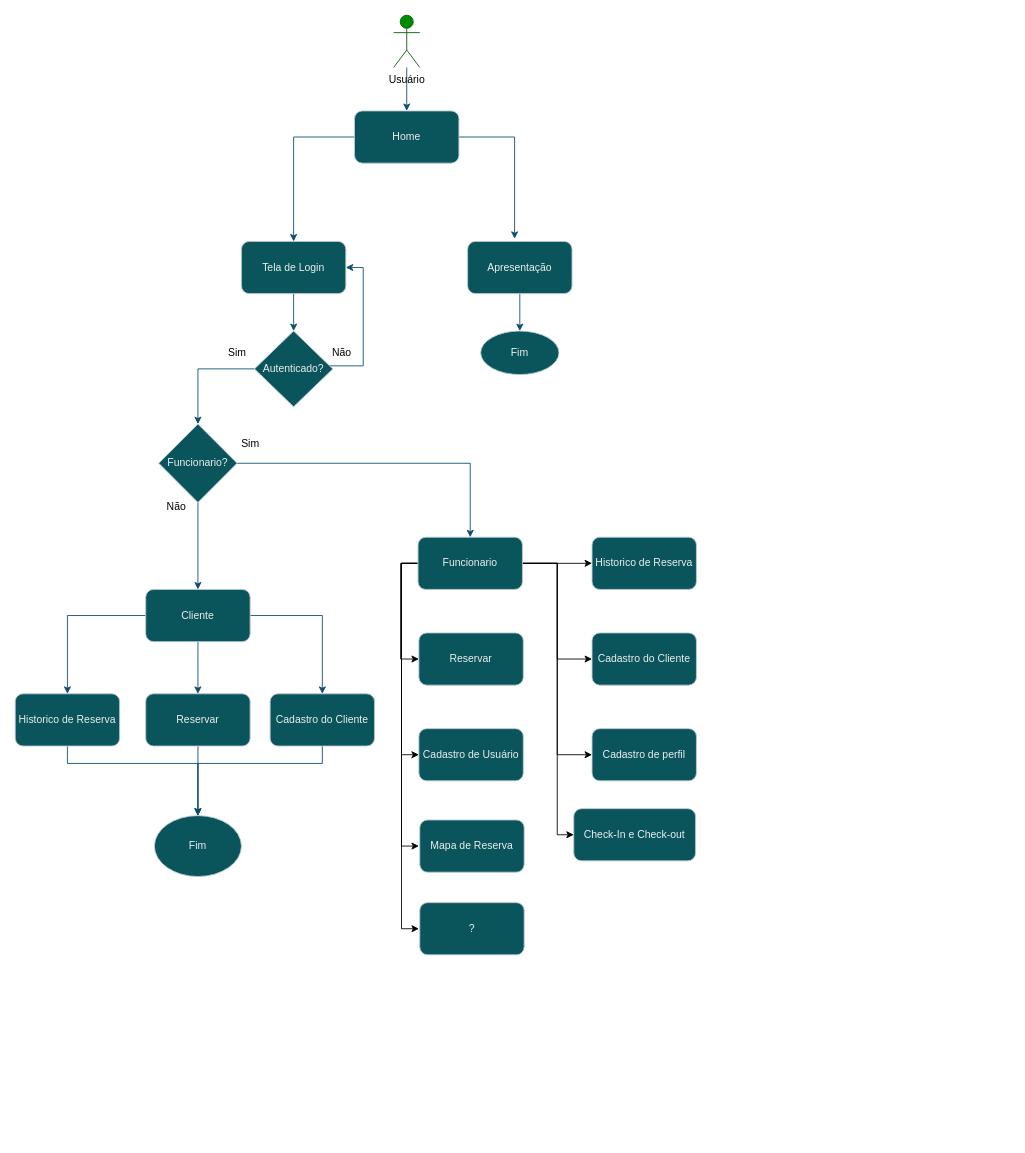
Esc-Sistema-de-Gerenciamento-de-Hoteis/Apresentacoes keeps this draw.io diagram as page "Fluxo do sistema" (1 of 5) of Diagramas.drawio. Above is the earlier version. Source tidied: cells renumbered, new cells numbered last; positions are measured from the earlier drawing's top-left corner, leaving out a move shared by most shapes. Both pictures are drawn from the tidied source at 87%, with x=0, y=0 at pixel (15, 15).
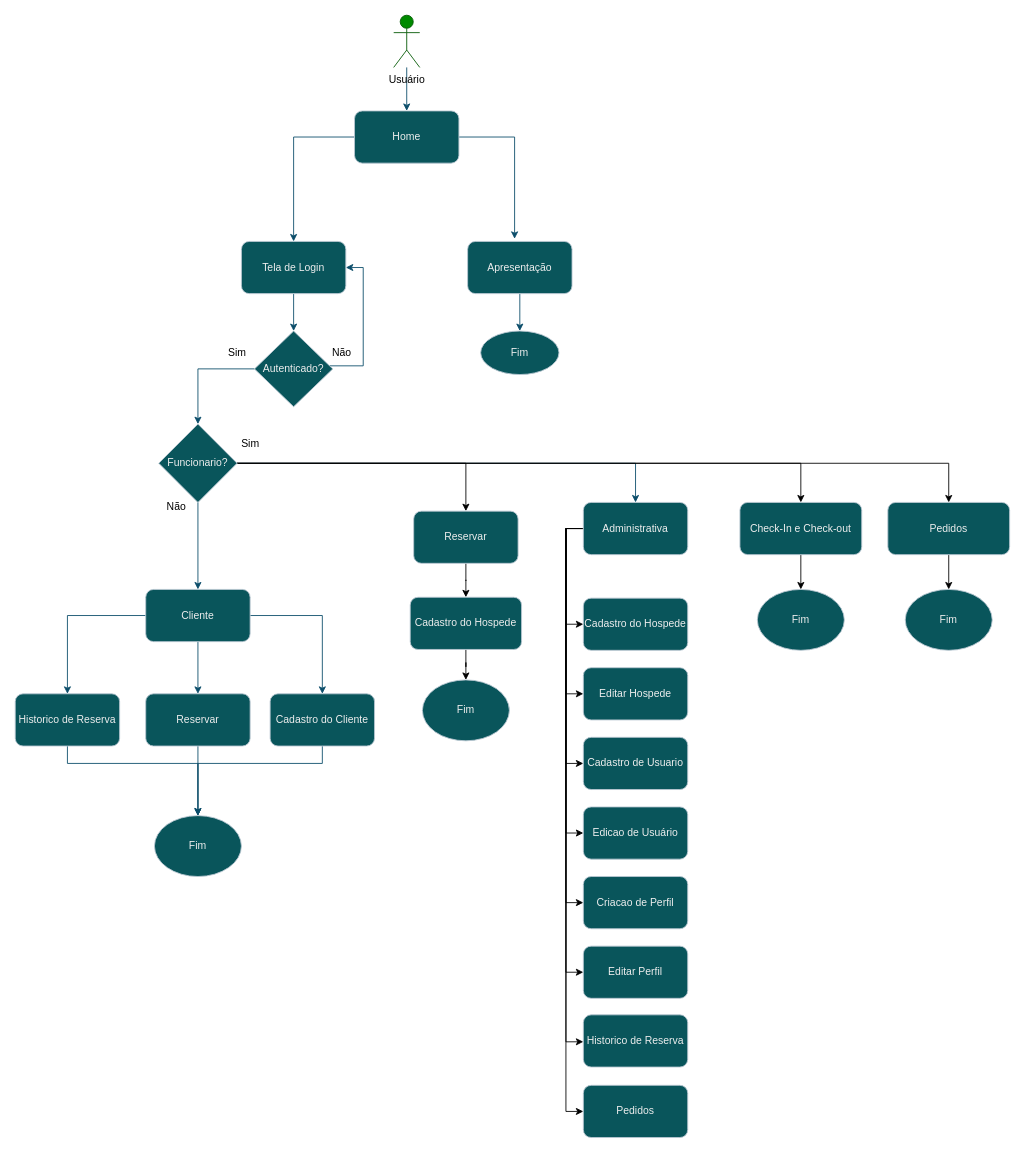
The same page after the edit.

Unchanged cells that the change refers to:
```xml
<mxCell id="32" value="Funcionario?" style="rhombus;whiteSpace=wrap;html=1;labelBackgroundColor=none;fillColor=#09555B;strokeColor=#BAC8D3;fontColor=#EEEEEE;" parent="1" vertex="1">
  <mxGeometry x="165" y="470" width="90" height="90" as="geometry" />
</mxCell>
```

Change to the diagram source:
```diff
@@
+    <mxCell id="50" style="edgeStyle=orthogonalEdgeStyle;rounded=0;jettySize=auto;html=1;entryX=0;entryY=0.5;entryDx=0;entryDy=0;" parent="1" edge="1" source="27" target="63">
+      <mxGeometry relative="1" as="geometry">
+        <Array as="points">
+          <mxPoint x="633" y="590" />
+          <mxPoint x="633" y="700" />
+        </Array>
+      </mxGeometry>
+    </mxCell>
+    <mxCell id="23" style="edgeStyle=orthogonalEdgeStyle;rounded=0;jettySize=auto;html=1;entryX=0;entryY=0.5;entryDx=0;entryDy=0;" parent="1" edge="1" source="27" target="46">
+      <mxGeometry relative="1" as="geometry">
+        <Array as="points">
+          <mxPoint x="633" y="590" />
+          <mxPoint x="633" y="780" />
+        </Array>
+      </mxGeometry>
+    </mxCell>
+    <mxCell id="51" style="edgeStyle=orthogonalEdgeStyle;rounded=0;jettySize=auto;html=1;entryX=0;entryY=0.5;entryDx=0;entryDy=0;" parent="1" edge="1" source="27" target="48">
+      <mxGeometry relative="1" as="geometry">
+        <Array as="points">
+          <mxPoint x="633" y="590" />
+          <mxPoint x="633" y="860" />
+        </Array>
+      </mxGeometry>
+    </mxCell>
     <mxCell id="19" style="edgeStyle=orthogonalEdgeStyle;rounded=0;jettySize=auto;html=1;entryX=0;entryY=0.5;entryDx=0;entryDy=0;" parent="1" edge="1" source="27" target="42">
-      <mxGeometry relative="1" as="geometry" />
+      <mxGeometry relative="1" as="geometry">
+        <Array as="points">
+          <mxPoint x="633" y="590" />
+          <mxPoint x="633" y="940" />
+        </Array>
+      </mxGeometry>
     </mxCell>
-    <mxCell id="20" style="edgeStyle=orthogonalEdgeStyle;rounded=0;jettySize=auto;html=1;entryX=0;entryY=0.5;entryDx=0;entryDy=0;" parent="1" edge="1" source="27" target="44">
-      <mxGeometry relative="1" as="geometry" />
-    </mxCell>
-    <mxCell id="21" style="edgeStyle=orthogonalEdgeStyle;rounded=0;orthogonalLoop=1;jettySize=auto;html=1;entryX=0;entryY=0.5;entryDx=0;entryDy=0;" parent="1" edge="1">
-      <mxGeometry relative="1" as="geometry">
-        <mxPoint x="462" y="630" as="sourcePoint" />
-        <mxPoint x="464" y="1050" as="targetPoint" />
-        <Array as="points">
-          <mxPoint x="444" y="630" />
-          <mxPoint x="444" y="1050" />
-        </Array>
-      </mxGeometry>
-    </mxCell>
-    <mxCell id="22" style="edgeStyle=orthogonalEdgeStyle;rounded=0;jettySize=auto;html=1;entryX=0;entryY=0.5;entryDx=0;entryDy=0;" parent="1" edge="1" source="27" target="43">
-      <mxGeometry relative="1" as="geometry">
-        <Array as="points">
-          <mxPoint x="444" y="630" />
-          <mxPoint x="444" y="740" />
-        </Array>
-      </mxGeometry>
-    </mxCell>
-    <mxCell id="23" style="edgeStyle=orthogonalEdgeStyle;rounded=0;jettySize=auto;html=1;entryX=0;entryY=0.5;entryDx=0;entryDy=0;" parent="1" edge="1" source="27" target="46">
-      <mxGeometry relative="1" as="geometry">
-        <Array as="points">
-          <mxPoint x="443" y="630" />
-          <mxPoint x="443" y="740" />
-          <mxPoint x="444" y="850" />
-        </Array>
-      </mxGeometry>
-    </mxCell>
-    <mxCell id="24" style="edgeStyle=orthogonalEdgeStyle;rounded=0;orthogonalLoop=1;jettySize=auto;html=1;entryX=0;entryY=0.5;entryDx=0;entryDy=0;" parent="1" edge="1">
-      <mxGeometry relative="1" as="geometry">
-        <mxPoint x="462" y="630" as="sourcePoint" />
-        <mxPoint x="464" y="955" as="targetPoint" />
-        <Array as="points">
-          <mxPoint x="444" y="630" />
-          <mxPoint x="444" y="955" />
-        </Array>
-      </mxGeometry>
-    </mxCell>
-    <mxCell id="25" style="edgeStyle=orthogonalEdgeStyle;rounded=0;jettySize=auto;html=1;entryX=0;entryY=0.5;entryDx=0;entryDy=0;" parent="1" edge="1" source="27" target="47">
-      <mxGeometry relative="1" as="geometry" />
-    </mxCell>
-    <mxCell id="26" style="edgeStyle=orthogonalEdgeStyle;rounded=0;jettySize=auto;html=1;entryX=0;entryY=0.5;entryDx=0;entryDy=0;" parent="1" edge="1" source="27" target="45">
-      <mxGeometry relative="1" as="geometry">
-        <Array as="points">
-          <mxPoint x="623" y="630" />
-          <mxPoint x="623" y="942" />
-        </Array>
-      </mxGeometry>
-    </mxCell>
+    <mxCell id="52" style="edgeStyle=orthogonalEdgeStyle;rounded=0;jettySize=auto;html=1;entryX=0;entryY=0.5;entryDx=0;entryDy=0;" parent="1" edge="1" source="27" target="66">
+      <mxGeometry relative="1" as="geometry">
+        <Array as="points">
+          <mxPoint x="633" y="590" />
+          <mxPoint x="633" y="1020" />
+        </Array>
+      </mxGeometry>
+    </mxCell>
+    <mxCell id="53" style="edgeStyle=orthogonalEdgeStyle;rounded=0;jettySize=auto;html=1;entryX=0;entryY=0.5;entryDx=0;entryDy=0;" parent="1" edge="1" source="27" target="65">
+      <mxGeometry relative="1" as="geometry">
+        <Array as="points">
+          <mxPoint x="633" y="590" />
+          <mxPoint x="633" y="1100" />
+        </Array>
+      </mxGeometry>
+    </mxCell>
+    <mxCell id="54" style="edgeStyle=orthogonalEdgeStyle;rounded=0;jettySize=auto;html=1;entryX=0;entryY=0.516;entryDx=0;entryDy=0;entryPerimeter=0;" parent="1" edge="1" source="27" target="64">
+      <mxGeometry relative="1" as="geometry">
+        <Array as="points">
+          <mxPoint x="633" y="590" />
+          <mxPoint x="633" y="1180" />
+          <mxPoint x="653" y="1180" />
+        </Array>
+      </mxGeometry>
+    </mxCell>
+    <mxCell id="55" style="edgeStyle=orthogonalEdgeStyle;rounded=0;jettySize=auto;html=1;entryX=0;entryY=0.5;entryDx=0;entryDy=0;" parent="1" edge="1" source="27" target="71">
+      <mxGeometry relative="1" as="geometry">
+        <Array as="points">
+          <mxPoint x="633" y="590" />
+          <mxPoint x="633" y="1260" />
+        </Array>
+      </mxGeometry>
+    </mxCell>
-    <mxCell id="27" value="Funcionario" style="rounded=1;whiteSpace=wrap;html=1;fillColor=#09555B;strokeColor=#BAC8D3;labelBackgroundColor=none;fontColor=#EEEEEE;" parent="1" vertex="1">
-      <mxGeometry x="463" y="600" width="120" height="60" as="geometry" />
+    <mxCell id="27" value="Administrativa" style="rounded=1;whiteSpace=wrap;html=1;fillColor=#09555B;strokeColor=#BAC8D3;labelBackgroundColor=none;fontColor=#EEEEEE;" parent="1" vertex="1">
+      <mxGeometry x="653" y="560" width="120" height="60" as="geometry" />
     </mxCell>
@@
     <mxCell id="31" style="edgeStyle=orthogonalEdgeStyle;rounded=0;jettySize=auto;html=1;labelBackgroundColor=none;strokeColor=#0B4D6A;fontColor=default;" parent="1" edge="1" source="32" target="27">
-      <mxGeometry relative="1" as="geometry" />
+      <mxGeometry relative="1" as="geometry">
+        <Array as="points">
+          <mxPoint x="713" y="515" />
+        </Array>
+      </mxGeometry>
     </mxCell>
+    <mxCell id="56" style="edgeStyle=orthogonalEdgeStyle;rounded=0;jettySize=auto;html=1;" parent="1" edge="1" source="32" target="43">
+      <mxGeometry relative="1" as="geometry" />
+    </mxCell>
+    <mxCell id="57" style="edgeStyle=orthogonalEdgeStyle;rounded=0;jettySize=auto;html=1;entryX=0.5;entryY=0;entryDx=0;entryDy=0;" parent="1" edge="1" source="32" target="45">
+      <mxGeometry relative="1" as="geometry" />
+    </mxCell>
+    <mxCell id="58" style="edgeStyle=orthogonalEdgeStyle;rounded=0;jettySize=auto;html=1;entryX=0.5;entryY=0;entryDx=0;entryDy=0;" parent="1" edge="1" source="32" target="69">
+      <mxGeometry relative="1" as="geometry" />
+    </mxCell>
@@
-    <mxCell id="42" value="Historico de Reserva" style="rounded=1;whiteSpace=wrap;html=1;fillColor=#09555B;strokeColor=#BAC8D3;labelBackgroundColor=none;fontColor=#EEEEEE;" parent="1" vertex="1">
-      <mxGeometry x="663" y="600" width="120" height="60" as="geometry" />
+    <mxCell id="42" value="Edicao de Usuário" style="rounded=1;whiteSpace=wrap;html=1;fillColor=#09555B;strokeColor=#BAC8D3;labelBackgroundColor=none;fontColor=#EEEEEE;" parent="1" vertex="1">
+      <mxGeometry x="653" y="910" width="120" height="60" as="geometry" />
     </mxCell>
+    <mxCell id="59" style="edgeStyle=orthogonalEdgeStyle;rounded=0;jettySize=auto;html=1;entryX=0.5;entryY=0;entryDx=0;entryDy=0;" parent="1" edge="1" source="43" target="49">
+      <mxGeometry relative="1" as="geometry" />
+    </mxCell>
     <mxCell id="43" value="Reservar" style="rounded=1;whiteSpace=wrap;html=1;fillColor=#09555B;strokeColor=#BAC8D3;labelBackgroundColor=none;fontColor=#EEEEEE;" parent="1" vertex="1">
-      <mxGeometry x="464" y="710" width="120" height="60" as="geometry" />
+      <mxGeometry x="458" y="570" width="120" height="60" as="geometry" />
     </mxCell>
-    <mxCell id="44" value="Cadastro do Cliente" style="rounded=1;whiteSpace=wrap;html=1;fillColor=#09555B;strokeColor=#BAC8D3;labelBackgroundColor=none;fontColor=#EEEEEE;" parent="1" vertex="1">
-      <mxGeometry x="663" y="710" width="120" height="60" as="geometry" />
-    </mxCell>
+    <mxCell id="60" style="edgeStyle=orthogonalEdgeStyle;rounded=0;jettySize=auto;html=1;entryX=0.5;entryY=0;entryDx=0;entryDy=0;" parent="1" edge="1" source="45" target="67">
+      <mxGeometry relative="1" as="geometry" />
+    </mxCell>
     <mxCell id="45" value="Check-In e Check-out" style="rounded=1;whiteSpace=wrap;html=1;fillColor=#09555B;strokeColor=#BAC8D3;labelBackgroundColor=none;fontColor=#EEEEEE;" parent="1" vertex="1">
-      <mxGeometry x="642" y="912" width="140" height="60" as="geometry" />
+      <mxGeometry x="833" y="560" width="140" height="60" as="geometry" />
     </mxCell>
-    <mxCell id="46" value="Cadastro de Usuário" style="rounded=1;whiteSpace=wrap;html=1;fillColor=#09555B;strokeColor=#BAC8D3;labelBackgroundColor=none;fontColor=#EEEEEE;" parent="1" vertex="1">
-      <mxGeometry x="464" y="820" width="120" height="60" as="geometry" />
+    <mxCell id="46" value="Editar Hospede" style="rounded=1;whiteSpace=wrap;html=1;fillColor=#09555B;strokeColor=#BAC8D3;labelBackgroundColor=none;fontColor=#EEEEEE;" parent="1" vertex="1">
+      <mxGeometry x="653" y="750" width="120" height="60" as="geometry" />
     </mxCell>
-    <mxCell id="47" value="Cadastro de perfil" style="rounded=1;whiteSpace=wrap;html=1;fillColor=#09555B;strokeColor=#BAC8D3;labelBackgroundColor=none;fontColor=#EEEEEE;" parent="1" vertex="1">
-      <mxGeometry x="663" y="820" width="120" height="60" as="geometry" />
-    </mxCell>
-    <mxCell id="48" value="Mapa de Reserva" style="rounded=1;whiteSpace=wrap;html=1;fillColor=#09555B;strokeColor=#BAC8D3;labelBackgroundColor=none;fontColor=#EEEEEE;" parent="1" vertex="1">
-      <mxGeometry x="465" y="925" width="120" height="60" as="geometry" />
+    <mxCell id="48" value="Cadastro de Usuario" style="rounded=1;whiteSpace=wrap;html=1;fillColor=#09555B;strokeColor=#BAC8D3;labelBackgroundColor=none;fontColor=#EEEEEE;" parent="1" vertex="1">
+      <mxGeometry x="653" y="830" width="120" height="60" as="geometry" />
     </mxCell>
+    <mxCell id="61" style="edgeStyle=orthogonalEdgeStyle;rounded=0;jettySize=auto;html=1;entryX=0.5;entryY=0;entryDx=0;entryDy=0;" parent="1" edge="1" source="49" target="62">
+      <mxGeometry relative="1" as="geometry" />
+    </mxCell>
-    <mxCell id="49" value="?" style="rounded=1;whiteSpace=wrap;html=1;fillColor=#09555B;strokeColor=#BAC8D3;labelBackgroundColor=none;fontColor=#EEEEEE;" parent="1" vertex="1">
-      <mxGeometry x="465" y="1020" width="120" height="60" as="geometry" />
+    <mxCell id="49" value="Cadastro do Hospede" style="rounded=1;whiteSpace=wrap;html=1;fillColor=#09555B;strokeColor=#BAC8D3;labelBackgroundColor=none;fontColor=#EEEEEE;" parent="1" vertex="1">
+      <mxGeometry x="454" y="669" width="128" height="60" as="geometry" />
     </mxCell>
+    <mxCell id="62" value="Fim" style="ellipse;whiteSpace=wrap;html=1;labelBackgroundColor=none;fillColor=#09555B;strokeColor=#BAC8D3;fontColor=#EEEEEE;" parent="1" vertex="1">
+      <mxGeometry x="468" y="764" width="100" height="70" as="geometry" />
+    </mxCell>
+    <mxCell id="63" value="Cadastro do Hospede" style="rounded=1;whiteSpace=wrap;html=1;fillColor=#09555B;strokeColor=#BAC8D3;labelBackgroundColor=none;fontColor=#EEEEEE;" parent="1" vertex="1">
+      <mxGeometry x="653" y="670" width="120" height="60" as="geometry" />
+    </mxCell>
+    <mxCell id="64" value="Historico de Reserva" style="rounded=1;whiteSpace=wrap;html=1;fillColor=#09555B;strokeColor=#BAC8D3;labelBackgroundColor=none;fontColor=#EEEEEE;" parent="1" vertex="1">
+      <mxGeometry x="653" y="1149" width="120" height="60" as="geometry" />
+    </mxCell>
+    <mxCell id="65" value="Editar Perfil" style="rounded=1;whiteSpace=wrap;html=1;fillColor=#09555B;strokeColor=#BAC8D3;labelBackgroundColor=none;fontColor=#EEEEEE;" parent="1" vertex="1">
+      <mxGeometry x="653" y="1070" width="120" height="60" as="geometry" />
+    </mxCell>
+    <mxCell id="66" value="Criacao de Perfil" style="rounded=1;whiteSpace=wrap;html=1;fillColor=#09555B;strokeColor=#BAC8D3;labelBackgroundColor=none;fontColor=#EEEEEE;" parent="1" vertex="1">
+      <mxGeometry x="653" y="990" width="120" height="60" as="geometry" />
+    </mxCell>
+    <mxCell id="67" value="Fim" style="ellipse;whiteSpace=wrap;html=1;labelBackgroundColor=none;fillColor=#09555B;strokeColor=#BAC8D3;fontColor=#EEEEEE;" parent="1" vertex="1">
+      <mxGeometry x="853" y="660" width="100" height="70" as="geometry" />
+    </mxCell>
+    <mxCell id="68" style="edgeStyle=orthogonalEdgeStyle;rounded=0;jettySize=auto;html=1;entryX=0.5;entryY=0;entryDx=0;entryDy=0;" parent="1" edge="1" source="69" target="70">
+      <mxGeometry relative="1" as="geometry" />
+    </mxCell>
+    <mxCell id="69" value="Pedidos" style="rounded=1;whiteSpace=wrap;html=1;fillColor=#09555B;strokeColor=#BAC8D3;labelBackgroundColor=none;fontColor=#EEEEEE;" parent="1" vertex="1">
+      <mxGeometry x="1003" y="560" width="140" height="60" as="geometry" />
+    </mxCell>
+    <mxCell id="70" value="Fim" style="ellipse;whiteSpace=wrap;html=1;labelBackgroundColor=none;fillColor=#09555B;strokeColor=#BAC8D3;fontColor=#EEEEEE;" parent="1" vertex="1">
+      <mxGeometry x="1023" y="660" width="100" height="70" as="geometry" />
+    </mxCell>
+    <mxCell id="71" value="Pedidos" style="rounded=1;whiteSpace=wrap;html=1;fillColor=#09555B;strokeColor=#BAC8D3;labelBackgroundColor=none;fontColor=#EEEEEE;" parent="1" vertex="1">
+      <mxGeometry x="653" y="1230" width="120" height="60" as="geometry" />
+    </mxCell>
```
